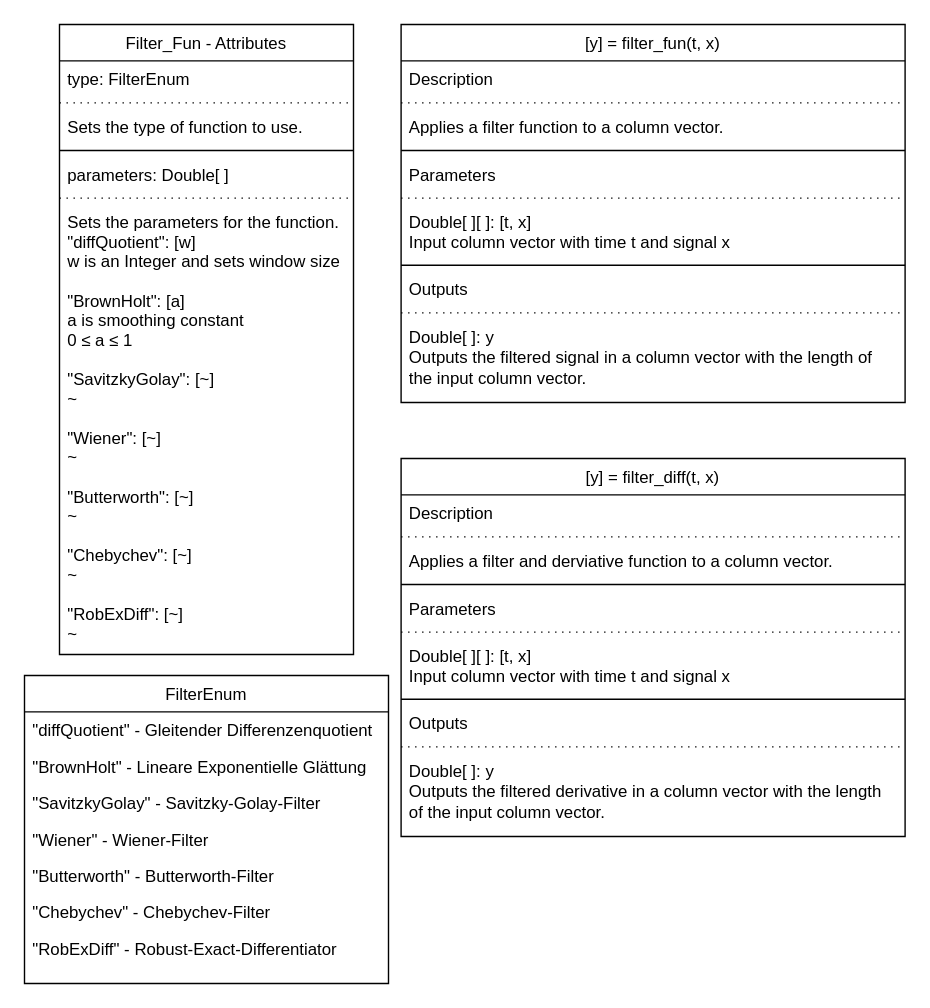
Earlier version of the draw.io diagram page "Filter" (4 of 7) of overview.drawio (TGSP1997/OS-RST). Source tidied: cells renumbered, new cells numbered last; positions are measured from the earlier drawing's top-left corner, leaving out a move shared by most shapes. Both pictures are drawn from the tidied source at 140%, with x=0, y=0 at pixel (24, 24).
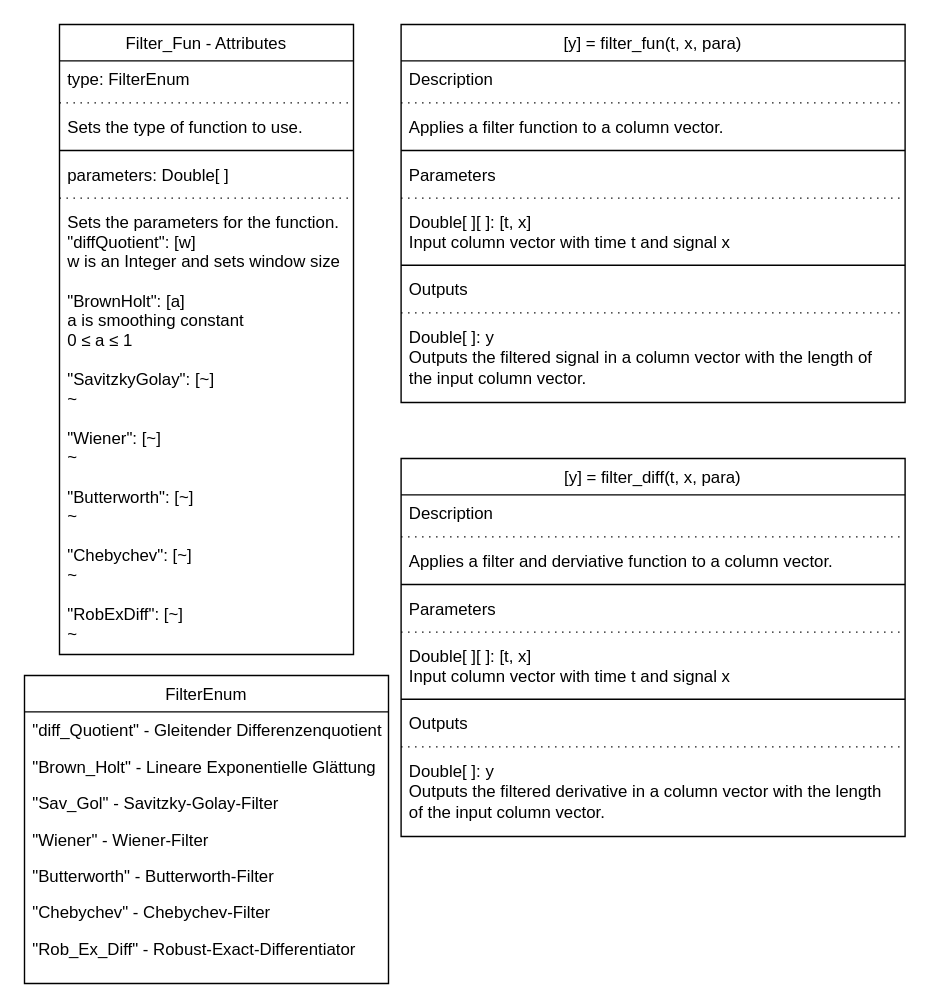
After the change.

The change refers to these unchanged cells:
```xml
<mxCell id="2" value="FilterEnum" style="swimlane;fontStyle=0;align=center;verticalAlign=top;horizontal=1;startSize=26;rounded=0;shadow=0;strokeWidth=1;" parent="1" vertex="1">
  <mxGeometry y="465" width="260" height="220" as="geometry" />
</mxCell>
```

The edit, as a diff of the source:
```diff
@@
-    <mxCell id="3" value="&quot;diffQuotient&quot; - Gleitender Differenzenquotient" style="text;align=left;verticalAlign=top;spacingLeft=4;spacingRight=4;overflow=hidden;" parent="2" vertex="1">
+    <mxCell id="3" value="&quot;diff_Quotient&quot; - Gleitender Differenzenquotient" style="text;align=left;verticalAlign=top;spacingLeft=4;spacingRight=4;overflow=hidden;" parent="2" vertex="1">
       <mxGeometry y="26" width="260" height="26" as="geometry" />
     </mxCell>
-    <mxCell id="4" value="&quot;BrownHolt&quot; - Lineare Exponentielle Glättung" style="text;align=left;verticalAlign=top;spacingLeft=4;spacingRight=4;overflow=hidden;" parent="2" vertex="1">
+    <mxCell id="4" value="&quot;Brown_Holt&quot; - Lineare Exponentielle Glättung" style="text;align=left;verticalAlign=top;spacingLeft=4;spacingRight=4;overflow=hidden;" parent="2" vertex="1">
       <mxGeometry y="52" width="260" height="26" as="geometry" />
     </mxCell>
-    <mxCell id="5" value="&quot;SavitzkyGolay&quot; - Savitzky-Golay-Filter" style="text;align=left;verticalAlign=top;spacingLeft=4;spacingRight=4;overflow=hidden;" parent="2" vertex="1">
+    <mxCell id="5" value="&quot;Sav_Gol&quot; - Savitzky-Golay-Filter" style="text;align=left;verticalAlign=top;spacingLeft=4;spacingRight=4;overflow=hidden;" parent="2" vertex="1">
       <mxGeometry y="78" width="260" height="26" as="geometry" />
     </mxCell>
@@
-    <mxCell id="9" value="&quot;RobExDiff&quot; - Robust-Exact-Differentiator" style="text;align=left;verticalAlign=top;spacingLeft=4;spacingRight=4;overflow=hidden;" parent="2" vertex="1">
+    <mxCell id="9" value="&quot;Rob_Ex_Diff&quot; - Robust-Exact-Differentiator" style="text;align=left;verticalAlign=top;spacingLeft=4;spacingRight=4;overflow=hidden;" parent="2" vertex="1">
       <mxGeometry y="182" width="260" height="26" as="geometry" />
     </mxCell>
@@
-    <mxCell id="18" value="[y] = filter_fun(t, x)" style="swimlane;fontStyle=0;align=center;verticalAlign=top;horizontal=1;startSize=26;rounded=0;shadow=0;strokeWidth=1;" parent="1" vertex="1">
+    <mxCell id="18" value="[y] = filter_fun(t, x, para)" style="swimlane;fontStyle=0;align=center;verticalAlign=top;horizontal=1;startSize=26;rounded=0;shadow=0;strokeWidth=1;" parent="1" vertex="1">
       <mxGeometry x="269" width="360" height="270" as="geometry" />
     </mxCell>
@@
-    <mxCell id="30" value="[y] = filter_diff(t, x)" style="swimlane;fontStyle=0;align=center;verticalAlign=top;horizontal=1;startSize=26;rounded=0;shadow=0;strokeWidth=1;" parent="1" vertex="1">
+    <mxCell id="30" value="[y] = filter_diff(t, x, para)" style="swimlane;fontStyle=0;align=center;verticalAlign=top;horizontal=1;startSize=26;rounded=0;shadow=0;strokeWidth=1;" parent="1" vertex="1">
       <mxGeometry x="269" y="310" width="360" height="270" as="geometry" />
     </mxCell>
```
